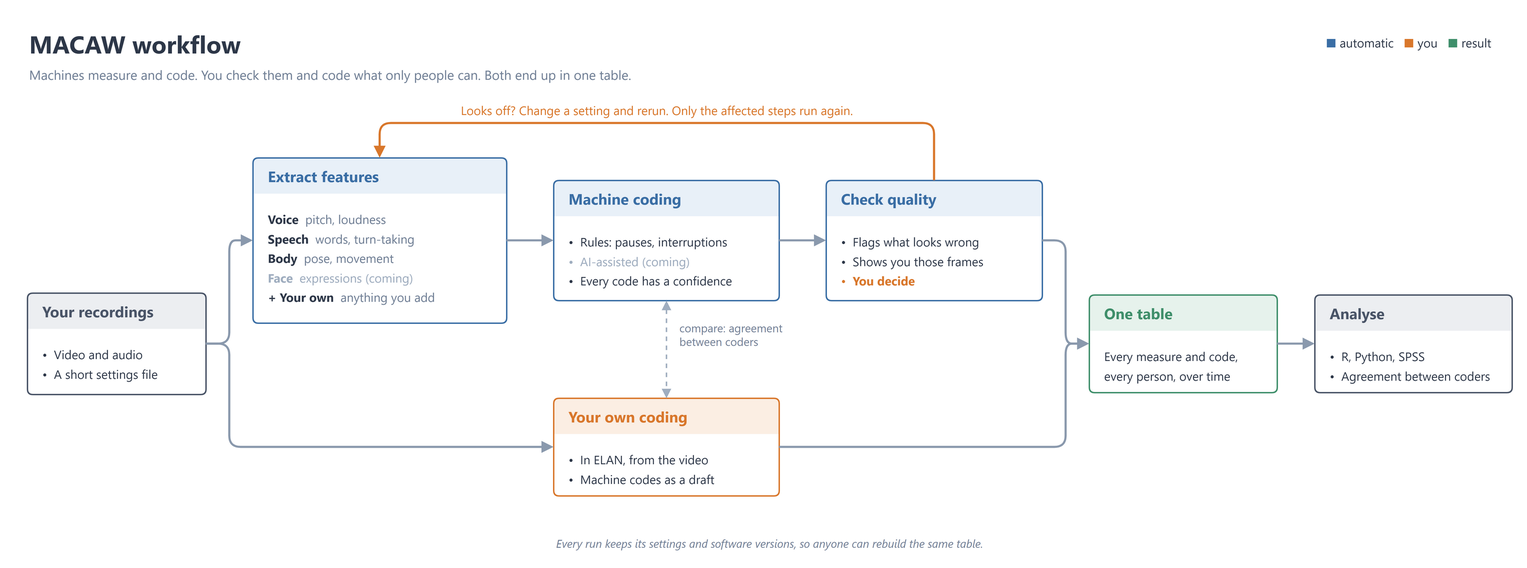
Above: docs/workflow.drawio.png in AU-CONNECT-Lab/Multimodal-Automated-Coding-and-Analysis-Workbench (draw.io), before the change. Source tidied: cells renumbered, new cells last; positions are measured from the earlier drawing's top-left corner, leaving out a move shared by most shapes.
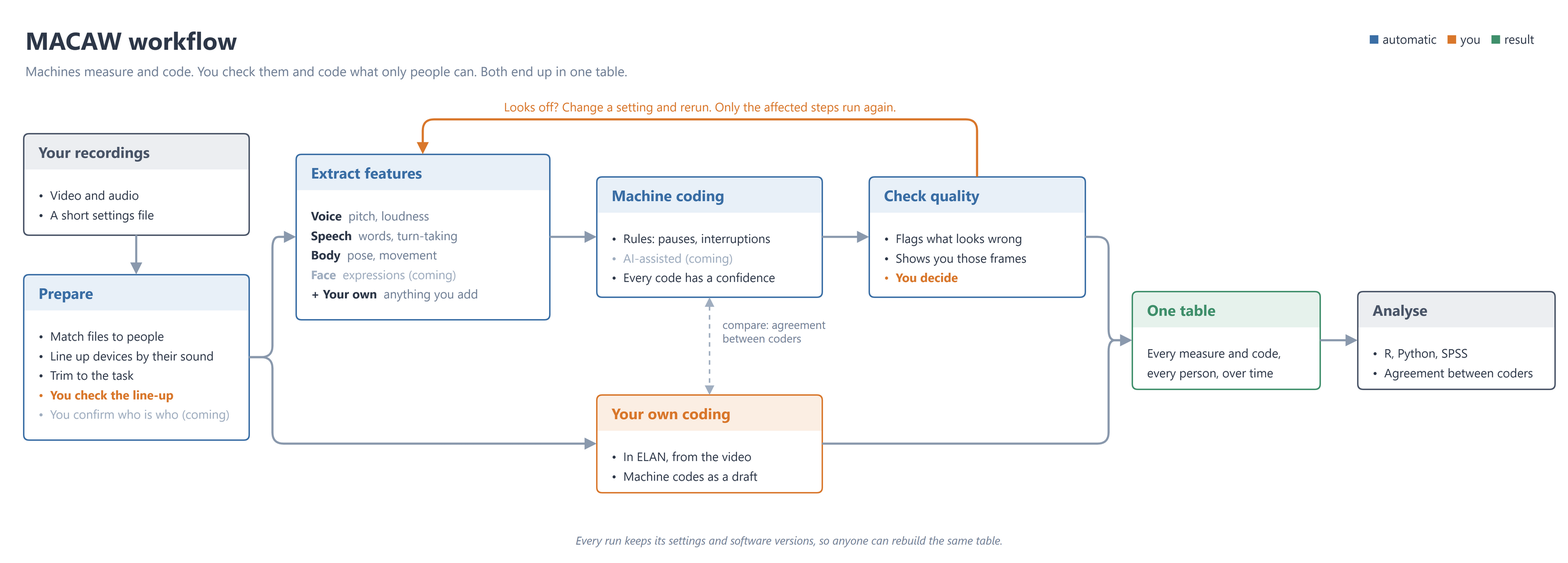
After the commit.

Commit message:
docs: workflow figure shows the preparation step before the two lanes

Diff of the diagram source:
```diff
@@ -3,20 +3,26 @@
     <mxCell id="0" />
     <mxCell id="1" parent="0" />
     <mxCell id="2" value="MACAW workflow" style="text;html=1;whiteSpace=wrap;align=left;verticalAlign=middle;fontSize=26;fontColor=#2D3748;fontStyle=1;fontFamily=Segoe UI;" parent="1" vertex="1">
-      <mxGeometry width="500" height="36" as="geometry" />
+      <mxGeometry x="-50" width="500" height="36" as="geometry" />
     </mxCell>
     <mxCell id="3" value="Machines measure and code. You check them and code what only people can. Both end up in one table." style="text;html=1;whiteSpace=wrap;align=left;verticalAlign=middle;fontSize=14;fontColor=#718096;fontStyle=0;fontFamily=Segoe UI;" parent="1" vertex="1">
-      <mxGeometry y="38" width="1000" height="26" as="geometry" />
+      <mxGeometry x="-50" y="38" width="1000" height="26" as="geometry" />
     </mxCell>
     <mxCell id="4" value="&lt;font color=&quot;#3A6EA5&quot;&gt;&amp;#9632;&lt;/font&gt;&amp;nbsp;automatic&amp;nbsp;&amp;nbsp;&amp;nbsp;&lt;font color=&quot;#D9772B&quot;&gt;&amp;#9632;&lt;/font&gt;&amp;nbsp;you&amp;nbsp;&amp;nbsp;&amp;nbsp;&lt;font color=&quot;#3F8F6B&quot;&gt;&amp;#9632;&lt;/font&gt;&amp;nbsp;result" style="text;html=1;whiteSpace=wrap;align=right;verticalAlign=middle;fontSize=13;fontColor=#2D3748;fontStyle=0;fontFamily=Segoe UI;" parent="1" vertex="1">
       <mxGeometry x="1230" y="4" width="330" height="26" as="geometry" />
     </mxCell>
     <mxCell id="5" value="Your recordings" style="swimlane;rounded=1;arcSize=5;startSize=38;fillColor=#ECEEF1;fontColor=#4A5568;swimlaneFillColor=#FFFFFF;strokeColor=#4A5568;strokeWidth=1.5;fontStyle=1;fontSize=16;align=left;spacingLeft=14;swimlaneLine=0;fontFamily=Segoe UI;" parent="1" vertex="1">
-      <mxGeometry y="284" width="190" height="108" as="geometry" />
+      <mxGeometry x="-50" y="118" width="240" height="108" as="geometry" />
     </mxCell>
     <mxCell id="6" value="&lt;div style=&quot;line-height:1.6&quot;&gt;&lt;font color=&quot;#2D3748&quot;&gt;&amp;#8226;&amp;nbsp; Video and audio&lt;/font&gt;&lt;br&gt;&lt;font color=&quot;#2D3748&quot;&gt;&amp;#8226;&amp;nbsp; A short settings file&lt;/font&gt;&lt;/div&gt;" style="text;html=1;align=left;verticalAlign=top;whiteSpace=wrap;fontSize=13;fontColor=#2D3748;spacingLeft=14;spacingRight=10;spacingTop=10;fontFamily=Segoe UI;" parent="5" vertex="1">
-      <mxGeometry y="38" width="190" height="70" as="geometry" />
+      <mxGeometry y="38" width="240" height="70" as="geometry" />
     </mxCell>
+    <mxCell id="31" value="Prepare" style="swimlane;rounded=1;arcSize=5;startSize=38;fillColor=#E8F0F8;fontColor=#3A6EA5;swimlaneFillColor=#FFFFFF;strokeColor=#3A6EA5;strokeWidth=1.5;fontStyle=1;fontSize=16;align=left;spacingLeft=14;swimlaneLine=0;fontFamily=Segoe UI;" parent="1" vertex="1">
+      <mxGeometry x="-50" y="268" width="240" height="176" as="geometry" />
+    </mxCell>
+    <mxCell id="32" value="&lt;div style=&quot;line-height:1.6&quot;&gt;&lt;font color=&quot;#2D3748&quot;&gt;&amp;#8226;&amp;nbsp; Match files to people&lt;/font&gt;&lt;br&gt;&lt;font color=&quot;#2D3748&quot;&gt;&amp;#8226;&amp;nbsp; Line up devices by their sound&lt;/font&gt;&lt;br&gt;&lt;font color=&quot;#2D3748&quot;&gt;&amp;#8226;&amp;nbsp; Trim to the task&lt;/font&gt;&lt;br&gt;&lt;font color=&quot;#D9772B&quot;&gt;&amp;#8226;&amp;nbsp; &lt;b&gt;You check the line-up&lt;/b&gt;&lt;/font&gt;&lt;br&gt;&lt;font color=&quot;#A0AEC0&quot;&gt;&amp;#8226;&amp;nbsp; You confirm who is who (coming)&lt;/font&gt;&lt;/div&gt;" style="text;html=1;align=left;verticalAlign=top;whiteSpace=wrap;fontSize=13;fontColor=#2D3748;spacingLeft=14;spacingRight=10;spacingTop=10;fontFamily=Segoe UI;" parent="31" vertex="1">
+      <mxGeometry y="38" width="240" height="138" as="geometry" />
+    </mxCell>
     <mxCell id="7" value="Extract features" style="swimlane;rounded=1;arcSize=5;startSize=38;fillColor=#E8F0F8;fontColor=#3A6EA5;swimlaneFillColor=#FFFFFF;strokeColor=#3A6EA5;strokeWidth=1.5;fontStyle=1;fontSize=16;align=left;spacingLeft=14;swimlaneLine=0;fontFamily=Segoe UI;" parent="1" vertex="1">
       <mxGeometry x="240" y="140" width="270" height="176" as="geometry" />
     </mxCell>
@@ -53,18 +59,18 @@
     <mxCell id="18" value="&lt;div style=&quot;line-height:1.6&quot;&gt;&lt;font color=&quot;#2D3748&quot;&gt;&amp;#8226;&amp;nbsp; R, Python, SPSS&lt;/font&gt;&lt;br&gt;&lt;font color=&quot;#2D3748&quot;&gt;&amp;#8226;&amp;nbsp; Agreement between coders&lt;/font&gt;&lt;/div&gt;" style="text;html=1;align=left;verticalAlign=top;whiteSpace=wrap;fontSize=13;fontColor=#2D3748;spacingLeft=14;spacingRight=10;spacingTop=10;fontFamily=Segoe UI;" parent="17" vertex="1">
       <mxGeometry y="38" width="210" height="66" as="geometry" />
     </mxCell>
-    <mxCell id="19" style="edgeStyle=orthogonalEdgeStyle;rounded=1;arcSize=24;html=1;endArrow=block;endFill=1;endSize=7;strokeWidth=2.2;strokeColor=#8A99AD;exitX=1;exitY=0.5;entryX=0;entryY=0.5;" parent="1" edge="1" source="5" target="7">
+    <mxCell id="19" style="edgeStyle=orthogonalEdgeStyle;rounded=1;arcSize=24;html=1;endArrow=block;endFill=1;endSize=7;strokeWidth=2.2;strokeColor=#8A99AD;exitX=1;exitY=0.5;entryX=0;entryY=0.5;" parent="1" edge="1" source="31" target="7">
       <mxGeometry relative="1" as="geometry">
         <Array as="points">
-          <mxPoint x="215" y="338" />
+          <mxPoint x="215" y="356" />
           <mxPoint x="215" y="228" />
         </Array>
       </mxGeometry>
     </mxCell>
-    <mxCell id="20" style="edgeStyle=orthogonalEdgeStyle;rounded=1;arcSize=24;html=1;endArrow=block;endFill=1;endSize=7;strokeWidth=2.2;strokeColor=#8A99AD;exitX=1;exitY=0.5;entryX=0;entryY=0.5;" parent="1" edge="1" source="5" target="13">
+    <mxCell id="20" style="edgeStyle=orthogonalEdgeStyle;rounded=1;arcSize=24;html=1;endArrow=block;endFill=1;endSize=7;strokeWidth=2.2;strokeColor=#8A99AD;exitX=1;exitY=0.5;entryX=0;entryY=0.5;" parent="1" edge="1" source="31" target="13">
       <mxGeometry relative="1" as="geometry">
         <Array as="points">
-          <mxPoint x="215" y="338" />
+          <mxPoint x="215" y="356" />
           <mxPoint x="215" y="448" />
         </Array>
       </mxGeometry>
@@ -112,7 +118,10 @@
       <mxGeometry x="692" y="308" width="160" height="40" as="geometry" />
     </mxCell>
     <mxCell id="30" value="Every run keeps its settings and software versions, so anyone can rebuild the same table." style="text;html=1;whiteSpace=wrap;align=center;verticalAlign=middle;fontSize=12;fontColor=#718096;fontStyle=2;fontFamily=Segoe UI;" parent="1" vertex="1">
-      <mxGeometry y="538" width="1580" height="24" as="geometry" />
+      <mxGeometry x="-50" y="538" width="1630" height="24" as="geometry" />
     </mxCell>
+    <mxCell id="33" style="edgeStyle=orthogonalEdgeStyle;rounded=1;arcSize=24;html=1;endArrow=block;endFill=1;endSize=7;strokeWidth=2.2;strokeColor=#8A99AD;exitX=0.5;exitY=1;entryX=0.5;entryY=0;" parent="1" edge="1" source="5" target="31">
+      <mxGeometry relative="1" as="geometry" />
+    </mxCell>
   </root>
 </mxGraphModel>
```
